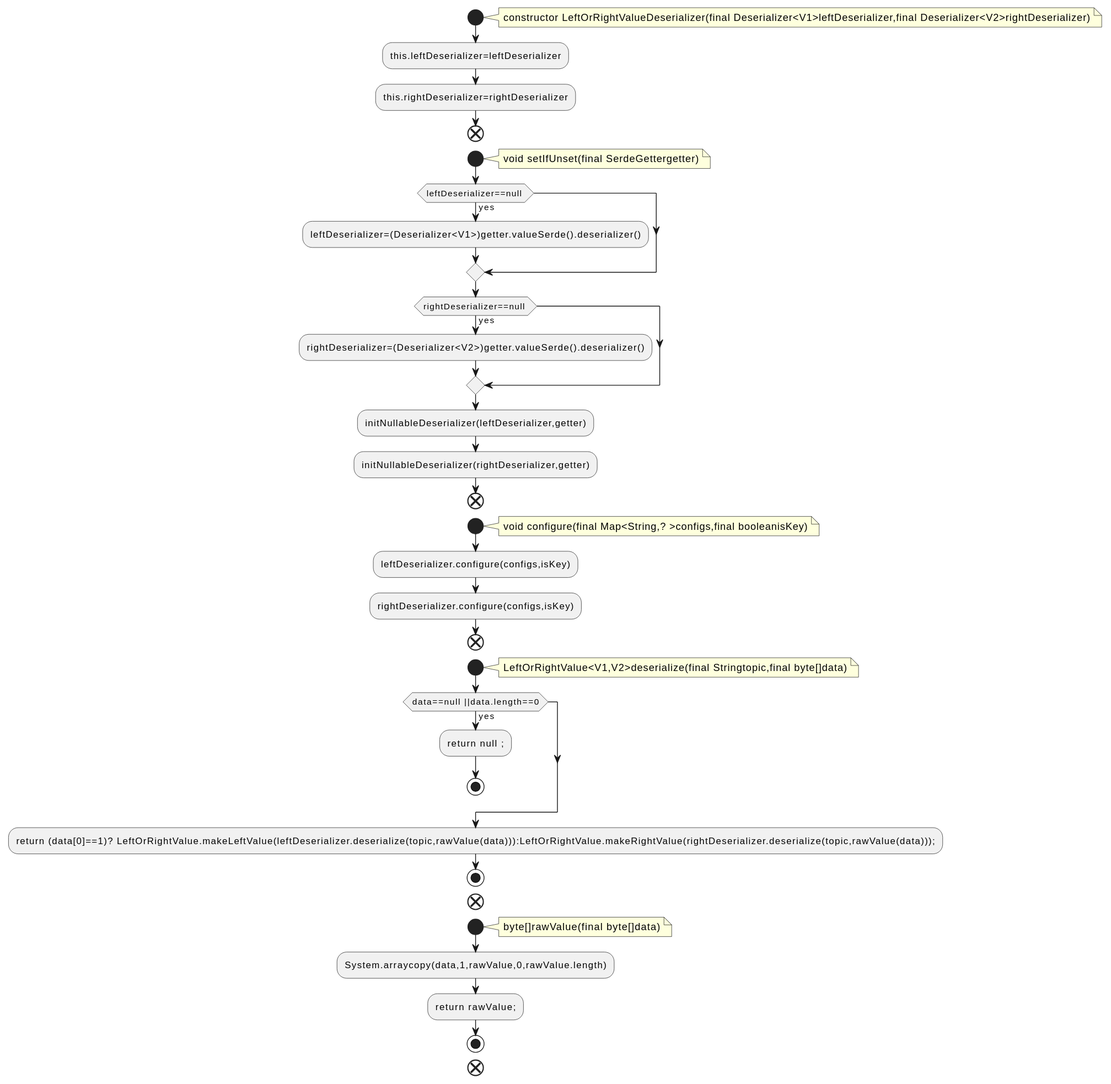
Before: docs/qc/streams/src/main/java/org/apache/kafka/streams/state/internals/LeftOrRightValueDeserializer.java.fct.svg, a diagram exported from PlantUML (qualitesys/kafka).
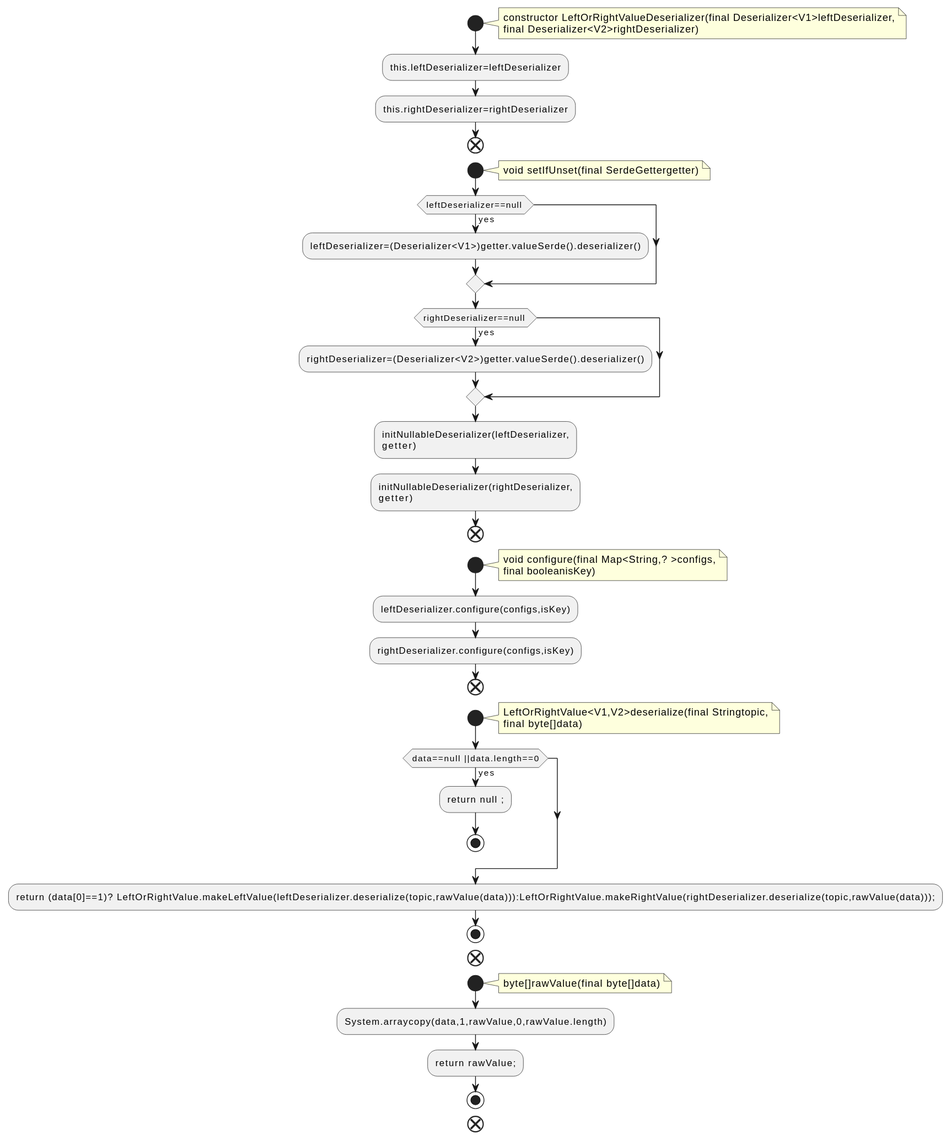
After the commit.

Change to the diagram source:
```diff
@@ -2,7 +2,8 @@
 !pragma layout smetana
 start
 note right
-constructor LeftOrRightValueDeserializer(final Deserializer<V1>leftDeserializer,final Deserializer<V2>rightDeserializer)
+constructor LeftOrRightValueDeserializer(final Deserializer<V1>leftDeserializer,
+final Deserializer<V2>rightDeserializer)
 end note
 :this.leftDeserializer=leftDeserializer;
 :this.rightDeserializer=rightDeserializer;
@@ -17,19 +18,23 @@
 if (rightDeserializer==null ) then (yes)
 :rightDeserializer=(Deserializer<V2>)getter.valueSerde().deserializer();
 endif
-:initNullableDeserializer(leftDeserializer,getter);
-:initNullableDeserializer(rightDeserializer,getter);
+:initNullableDeserializer(leftDeserializer,
+getter);
+:initNullableDeserializer(rightDeserializer,
+getter);
 end
 start
 note right
-void configure(final Map<String,? >configs,final booleanisKey)
+void configure(final Map<String,? >configs,
+final booleanisKey)
 end note
 :leftDeserializer.configure(configs,isKey);
 :rightDeserializer.configure(configs,isKey);
 end
 start
 note right
-LeftOrRightValue<V1,V2>deserialize(final Stringtopic,final byte[]data)
+LeftOrRightValue<V1,V2>deserialize(final Stringtopic,
+final byte[]data)
 end note
 if (data==null ||data.length==0) then (yes)
 :return null ;;
```
